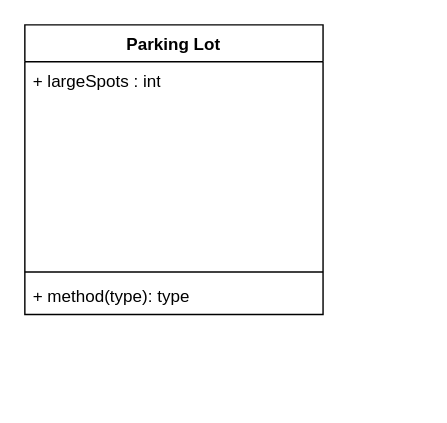
Varma2116/system-design keeps this draw.io diagram as parking.drawio. Above is the earlier version. Source tidied: cells renumbered, new cells numbered last; positions are measured from the earlier drawing's top-left corner, leaving out a move shared by most shapes. Both pictures are drawn from the tidied source at 142%, with x=0, y=0 at pixel (24, 24).
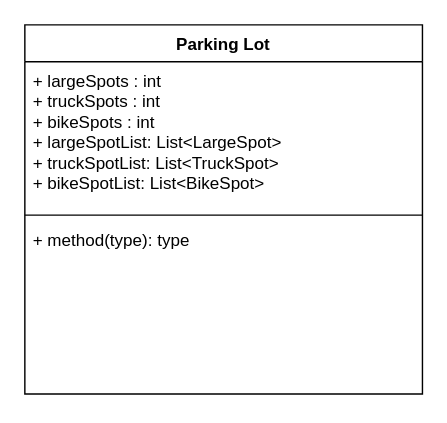
Above is the later version.

What changed in the source:
```diff
@@
 <mxGraphModel>
   <root>
     <mxCell id="0" />
     <mxCell id="1" parent="0" />
-    <mxCell id="2" value="Parking Lot" style="swimlane;fontStyle=1;align=center;verticalAlign=top;horizontal=1;startSize=26;whiteSpace=wrap;html=1;" parent="1" vertex="1">
-      <mxGeometry width="210" height="204" as="geometry" />
+    <mxCell id="2" value="Parking Lot&lt;div&gt;&lt;br&gt;&lt;/div&gt;" style="swimlane;fontStyle=1;align=center;verticalAlign=top;horizontal=1;startSize=26;whiteSpace=wrap;html=1;" parent="1" vertex="1">
+      <mxGeometry width="280" height="260" as="geometry" />
     </mxCell>
-    <mxCell id="3" value="+ largeSpots : int&lt;div&gt;&lt;br&gt;&lt;/div&gt;&lt;div&gt;&lt;br&gt;&lt;/div&gt;" style="text;strokeColor=none;fillColor=none;align=left;verticalAlign=top;spacingLeft=4;spacingRight=4;overflow=hidden;whiteSpace=wrap;html=1;" parent="2" vertex="1">
-      <mxGeometry y="26" width="210" height="144" as="geometry" />
+    <mxCell id="3" value="+ largeSpots : int&lt;div&gt;+ truckSpots : int&lt;/div&gt;&lt;div&gt;+ bikeSpots : int&lt;/div&gt;&lt;div&gt;+ largeSpotList: List&amp;lt;LargeSpot&amp;gt;&lt;/div&gt;&lt;div&gt;+ truckSpotList: List&amp;lt;TruckSpot&amp;gt;&lt;/div&gt;&lt;div&gt;+ bikeSpotList: List&amp;lt;BikeSpot&amp;gt;&lt;/div&gt;&lt;div&gt;&lt;br&gt;&lt;div&gt;&lt;br&gt;&lt;/div&gt;&lt;div&gt;&lt;br&gt;&lt;/div&gt;&lt;/div&gt;" style="text;strokeColor=none;fillColor=none;align=left;verticalAlign=top;spacingLeft=4;spacingRight=4;overflow=hidden;whiteSpace=wrap;html=1;" parent="2" vertex="1">
+      <mxGeometry y="26" width="280" height="104" as="geometry" />
     </mxCell>
     <mxCell id="4" style="line;strokeWidth=1;fillColor=none;align=left;verticalAlign=middle;spacingTop=-1;spacingLeft=3;spacingRight=3;labelPosition=right;strokeColor=inherit;" parent="2" vertex="1">
-      <mxGeometry y="170" width="210" height="8" as="geometry" />
+      <mxGeometry y="130" width="280" height="8" as="geometry" />
     </mxCell>
     <mxCell id="5" value="+ method(type): type" style="text;strokeColor=none;fillColor=none;align=left;verticalAlign=top;spacingLeft=4;spacingRight=4;overflow=hidden;whiteSpace=wrap;html=1;" parent="2" vertex="1">
-      <mxGeometry y="178" width="210" height="26" as="geometry" />
+      <mxGeometry y="138" width="280" height="122" as="geometry" />
     </mxCell>
   </root>
 </mxGraphModel>
```
